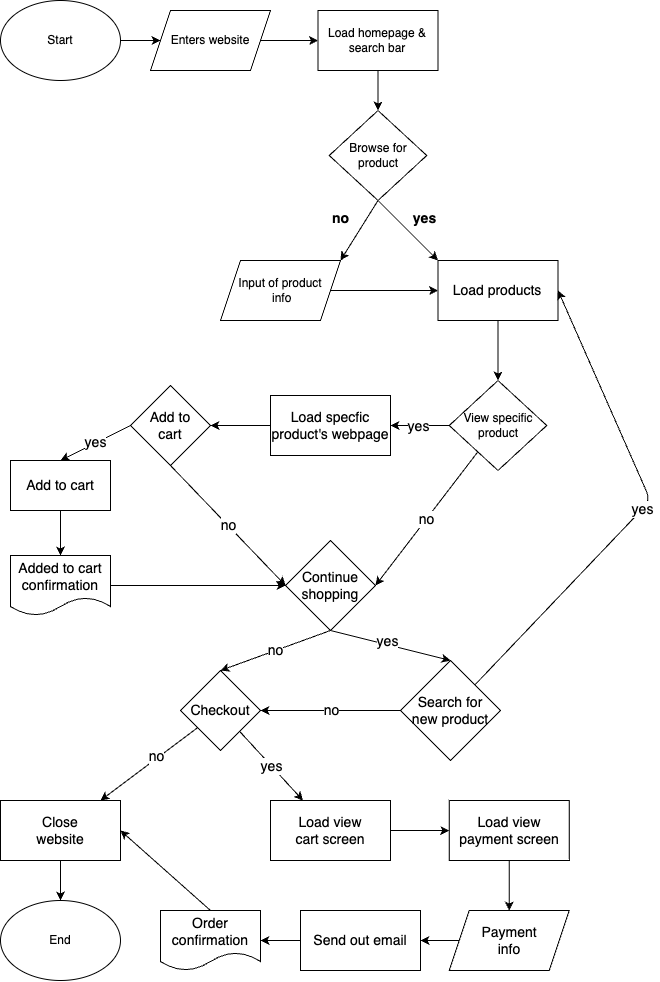
The draw.io diagram explore/diagramming/diagram.drawio.png in nicholas-ngyn/sp24-cse110-lab4, before a commit. Source tidied: cells renumbered, new cells last; positions are measured from the earlier drawing's top-left corner, leaving out a move shared by most shapes. Source of this version:
```xml
<mxGraphModel>
  <root>
    <mxCell id="0" />
    <mxCell id="1" parent="0" />
    <mxCell id="2" style="edgeStyle=none;html=1;" parent="1" edge="1" source="3" target="5">
      <mxGeometry relative="1" as="geometry" />
    </mxCell>
    <mxCell id="3" value="Start" style="ellipse;whiteSpace=wrap;html=1;" parent="1" vertex="1">
      <mxGeometry width="120" height="80" as="geometry" />
    </mxCell>
    <mxCell id="4" style="edgeStyle=none;html=1;" parent="1" edge="1" source="5" target="7">
      <mxGeometry relative="1" as="geometry" />
    </mxCell>
    <mxCell id="5" value="Enters website" style="shape=parallelogram;perimeter=parallelogramPerimeter;whiteSpace=wrap;html=1;fixedSize=1;" parent="1" vertex="1">
      <mxGeometry x="150" y="10" width="120" height="60" as="geometry" />
    </mxCell>
    <mxCell id="6" style="edgeStyle=none;html=1;" parent="1" edge="1" source="7" target="10">
      <mxGeometry relative="1" as="geometry" />
    </mxCell>
    <mxCell id="7" value="Load homepage &amp;amp; search bar" style="rounded=0;whiteSpace=wrap;html=1;" parent="1" vertex="1">
      <mxGeometry x="317.5" y="10" width="120" height="60" as="geometry" />
    </mxCell>
    <mxCell id="8" style="edgeStyle=none;html=1;exitX=0.5;exitY=1;exitDx=0;exitDy=0;entryX=0;entryY=0;entryDx=0;entryDy=0;fontSize=14;" parent="1" edge="1" source="10" target="15">
      <mxGeometry relative="1" as="geometry" />
    </mxCell>
    <mxCell id="9" style="edgeStyle=none;html=1;exitX=0.5;exitY=1;exitDx=0;exitDy=0;entryX=1;entryY=0;entryDx=0;entryDy=0;fontSize=14;" parent="1" edge="1" source="10" target="12">
      <mxGeometry relative="1" as="geometry" />
    </mxCell>
    <mxCell id="10" value="Browse for product" style="rhombus;whiteSpace=wrap;html=1;" parent="1" vertex="1">
      <mxGeometry x="328.8" y="110" width="97.5" height="90" as="geometry" />
    </mxCell>
    <mxCell id="11" style="edgeStyle=none;html=1;fontSize=14;" parent="1" edge="1" source="12" target="15">
      <mxGeometry relative="1" as="geometry" />
    </mxCell>
    <mxCell id="12" value="Input of product&lt;br&gt;&amp;nbsp;info" style="shape=parallelogram;perimeter=parallelogramPerimeter;whiteSpace=wrap;html=1;fixedSize=1;" parent="1" vertex="1">
      <mxGeometry x="220" y="260" width="120" height="60" as="geometry" />
    </mxCell>
    <mxCell id="13" value="&lt;font style=&quot;font-size: 14px;&quot;&gt;no&lt;/font&gt;" style="text;strokeColor=none;fillColor=none;html=1;fontSize=24;fontStyle=1;verticalAlign=middle;align=center;" parent="1" vertex="1">
      <mxGeometry x="310" y="205" width="60" height="20" as="geometry" />
    </mxCell>
    <mxCell id="14" style="edgeStyle=none;html=1;fontSize=14;" parent="1" edge="1" source="15" target="20">
      <mxGeometry relative="1" as="geometry" />
    </mxCell>
    <mxCell id="15" value="Load products" style="rounded=0;whiteSpace=wrap;html=1;fontSize=14;" parent="1" vertex="1">
      <mxGeometry x="437.5" y="260" width="120" height="60" as="geometry" />
    </mxCell>
    <mxCell id="16" value="&lt;font style=&quot;font-size: 14px;&quot;&gt;yes&lt;/font&gt;" style="text;strokeColor=none;fillColor=none;html=1;fontSize=24;fontStyle=1;verticalAlign=middle;align=center;" parent="1" vertex="1">
      <mxGeometry x="400" y="210" width="48.8" height="10" as="geometry" />
    </mxCell>
    <mxCell id="17" style="edgeStyle=none;html=1;fontSize=14;" parent="1" edge="1" source="20" target="22">
      <mxGeometry relative="1" as="geometry" />
    </mxCell>
    <mxCell id="18" value="yes" style="edgeLabel;html=1;align=center;verticalAlign=middle;fontSize=14;" parent="17" vertex="1">
      <mxGeometry x="0.09" relative="1" as="geometry" />
    </mxCell>
    <mxCell id="19" value="no" style="edgeStyle=none;html=1;entryX=1;entryY=0.5;entryDx=0;entryDy=0;fontSize=14;" parent="1" edge="1" source="20" target="26">
      <mxGeometry relative="1" as="geometry" />
    </mxCell>
    <mxCell id="20" value="View specific&lt;br&gt;product" style="rhombus;whiteSpace=wrap;html=1;" parent="1" vertex="1">
      <mxGeometry x="448.8" y="380" width="97.5" height="90" as="geometry" />
    </mxCell>
    <mxCell id="21" style="edgeStyle=none;html=1;fontSize=14;" parent="1" edge="1" source="22" target="29">
      <mxGeometry relative="1" as="geometry" />
    </mxCell>
    <mxCell id="22" value="Load specfic product's webpage" style="rounded=0;whiteSpace=wrap;html=1;fontSize=14;" parent="1" vertex="1">
      <mxGeometry x="270" y="395" width="120" height="60" as="geometry" />
    </mxCell>
    <mxCell id="23" style="edgeStyle=none;html=1;exitX=0.5;exitY=1;exitDx=0;exitDy=0;entryX=0.5;entryY=0;entryDx=0;entryDy=0;fontSize=14;" parent="1" edge="1" source="26" target="36">
      <mxGeometry relative="1" as="geometry" />
    </mxCell>
    <mxCell id="24" value="yes" style="edgeLabel;html=1;align=center;verticalAlign=middle;fontSize=14;" parent="23" vertex="1">
      <mxGeometry x="-0.09" y="3" relative="1" as="geometry">
        <mxPoint x="1" as="offset" />
      </mxGeometry>
    </mxCell>
    <mxCell id="25" value="no" style="edgeStyle=none;html=1;exitX=0.5;exitY=1;exitDx=0;exitDy=0;entryX=0.5;entryY=0;entryDx=0;entryDy=0;fontSize=14;" parent="1" edge="1" source="26" target="40">
      <mxGeometry relative="1" as="geometry" />
    </mxCell>
    <mxCell id="26" value="Continue shopping" style="rhombus;whiteSpace=wrap;html=1;fontSize=14;" parent="1" vertex="1">
      <mxGeometry x="285" y="540" width="90" height="90" as="geometry" />
    </mxCell>
    <mxCell id="27" value="no" style="edgeStyle=none;html=1;exitX=0.5;exitY=1;exitDx=0;exitDy=0;entryX=0;entryY=0.5;entryDx=0;entryDy=0;fontSize=14;" parent="1" edge="1" source="29" target="26">
      <mxGeometry relative="1" as="geometry" />
    </mxCell>
    <mxCell id="28" value="yes" style="edgeStyle=none;html=1;exitX=0;exitY=0.5;exitDx=0;exitDy=0;entryX=0.5;entryY=0;entryDx=0;entryDy=0;fontSize=14;" parent="1" edge="1" source="29" target="33">
      <mxGeometry relative="1" as="geometry" />
    </mxCell>
    <mxCell id="29" value="Add to&lt;br&gt;cart" style="rhombus;whiteSpace=wrap;html=1;fontSize=14;" parent="1" vertex="1">
      <mxGeometry x="130" y="385" width="80" height="80" as="geometry" />
    </mxCell>
    <mxCell id="30" style="edgeStyle=none;html=1;entryX=0;entryY=0.5;entryDx=0;entryDy=0;fontSize=14;" parent="1" edge="1" source="31" target="26">
      <mxGeometry relative="1" as="geometry" />
    </mxCell>
    <mxCell id="31" value="Added to cart&lt;br&gt;confirmation" style="shape=document;whiteSpace=wrap;html=1;boundedLbl=1;fontSize=14;" parent="1" vertex="1">
      <mxGeometry x="10" y="555" width="100" height="60" as="geometry" />
    </mxCell>
    <mxCell id="32" style="edgeStyle=none;html=1;exitX=0.5;exitY=1;exitDx=0;exitDy=0;entryX=0.5;entryY=0;entryDx=0;entryDy=0;fontSize=14;" parent="1" edge="1" source="33" target="31">
      <mxGeometry relative="1" as="geometry" />
    </mxCell>
    <mxCell id="33" value="Add to cart" style="rounded=0;whiteSpace=wrap;html=1;fontSize=14;" parent="1" vertex="1">
      <mxGeometry x="10" y="460" width="100" height="50" as="geometry" />
    </mxCell>
    <mxCell id="34" value="yes" style="edgeStyle=none;html=1;entryX=1;entryY=0.5;entryDx=0;entryDy=0;fontSize=14;" parent="1" edge="1" source="36" target="15">
      <mxGeometry relative="1" as="geometry">
        <Array as="points">
          <mxPoint x="650" y="500" />
        </Array>
      </mxGeometry>
    </mxCell>
    <mxCell id="35" value="no" style="edgeStyle=none;html=1;entryX=1;entryY=0.5;entryDx=0;entryDy=0;fontSize=14;" parent="1" edge="1" source="36" target="40">
      <mxGeometry relative="1" as="geometry" />
    </mxCell>
    <mxCell id="36" value="Search for&lt;br&gt;new product" style="rhombus;whiteSpace=wrap;html=1;fontSize=14;" parent="1" vertex="1">
      <mxGeometry x="400" y="660" width="100" height="100" as="geometry" />
    </mxCell>
    <mxCell id="37" style="edgeStyle=none;html=1;fontSize=14;" parent="1" edge="1" source="40" target="42">
      <mxGeometry relative="1" as="geometry" />
    </mxCell>
    <mxCell id="38" value="no" style="edgeLabel;html=1;align=center;verticalAlign=middle;fontSize=14;" parent="37" vertex="1">
      <mxGeometry x="-0.17" y="-2" relative="1" as="geometry" />
    </mxCell>
    <mxCell id="39" value="yes" style="edgeStyle=none;html=1;fontSize=14;" parent="1" edge="1" source="40" target="44">
      <mxGeometry relative="1" as="geometry" />
    </mxCell>
    <mxCell id="40" value="Checkout" style="rhombus;whiteSpace=wrap;html=1;fontSize=14;" parent="1" vertex="1">
      <mxGeometry x="180" y="670" width="80" height="80" as="geometry" />
    </mxCell>
    <mxCell id="41" style="edgeStyle=none;html=1;fontSize=14;" parent="1" edge="1" source="42" target="45">
      <mxGeometry relative="1" as="geometry" />
    </mxCell>
    <mxCell id="42" value="Close&lt;br&gt;website" style="rounded=0;whiteSpace=wrap;html=1;fontSize=14;" parent="1" vertex="1">
      <mxGeometry y="800" width="120" height="60" as="geometry" />
    </mxCell>
    <mxCell id="43" style="edgeStyle=none;html=1;fontSize=14;" parent="1" edge="1" source="44" target="47">
      <mxGeometry relative="1" as="geometry" />
    </mxCell>
    <mxCell id="44" value="Load view&lt;br&gt;cart screen" style="rounded=0;whiteSpace=wrap;html=1;fontSize=14;" parent="1" vertex="1">
      <mxGeometry x="270" y="800" width="120" height="60" as="geometry" />
    </mxCell>
    <mxCell id="45" value="End" style="ellipse;whiteSpace=wrap;html=1;" parent="1" vertex="1">
      <mxGeometry y="900" width="120" height="80" as="geometry" />
    </mxCell>
    <mxCell id="46" style="edgeStyle=none;html=1;fontSize=14;" parent="1" edge="1" source="47" target="49">
      <mxGeometry relative="1" as="geometry" />
    </mxCell>
    <mxCell id="47" value="Load view&lt;br&gt;payment screen" style="whiteSpace=wrap;html=1;fontSize=14;rounded=0;" parent="1" vertex="1">
      <mxGeometry x="448.8" y="800" width="120" height="60" as="geometry" />
    </mxCell>
    <mxCell id="48" style="edgeStyle=none;html=1;fontSize=14;" parent="1" edge="1" source="49" target="53">
      <mxGeometry relative="1" as="geometry" />
    </mxCell>
    <mxCell id="49" value="Payment&lt;br&gt;info" style="shape=parallelogram;perimeter=parallelogramPerimeter;whiteSpace=wrap;html=1;fixedSize=1;fontSize=14;" parent="1" vertex="1">
      <mxGeometry x="448.8" y="910" width="120" height="60" as="geometry" />
    </mxCell>
    <mxCell id="50" style="edgeStyle=none;html=1;exitX=0.5;exitY=0;exitDx=0;exitDy=0;entryX=1;entryY=0.5;entryDx=0;entryDy=0;fontSize=14;" parent="1" edge="1" source="51" target="42">
      <mxGeometry relative="1" as="geometry" />
    </mxCell>
    <mxCell id="51" value="Order&lt;br&gt;confirmation" style="shape=document;whiteSpace=wrap;html=1;boundedLbl=1;fontSize=14;" parent="1" vertex="1">
      <mxGeometry x="160" y="910" width="100" height="60" as="geometry" />
    </mxCell>
    <mxCell id="52" style="edgeStyle=none;html=1;fontSize=14;" parent="1" edge="1" source="53" target="51">
      <mxGeometry relative="1" as="geometry" />
    </mxCell>
    <mxCell id="53" value="Send out email" style="whiteSpace=wrap;html=1;fontSize=14;" parent="1" vertex="1">
      <mxGeometry x="300" y="910" width="120" height="60" as="geometry" />
    </mxCell>
  </root>
</mxGraphModel>
```
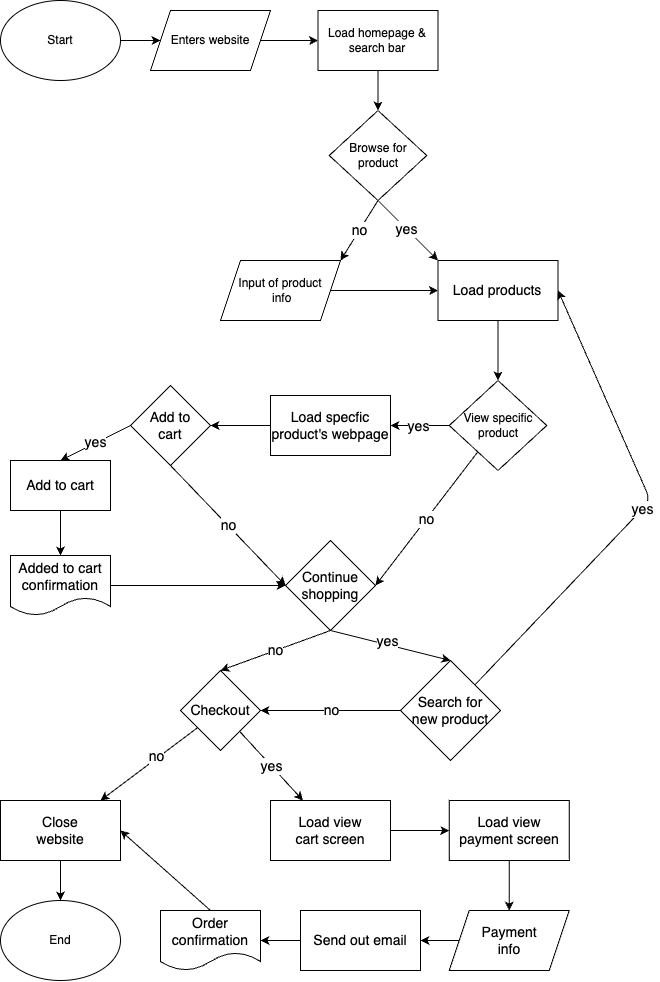
The same diagram one commit later.

The edit, as a diff of the source:
```diff
@@ -23,7 +23,10 @@
     <mxCell id="8" style="edgeStyle=none;html=1;exitX=0.5;exitY=1;exitDx=0;exitDy=0;entryX=0;entryY=0;entryDx=0;entryDy=0;fontSize=14;" parent="1" edge="1" source="10" target="15">
       <mxGeometry relative="1" as="geometry" />
     </mxCell>
+    <mxCell id="16" value="yes" style="edgeLabel;html=1;align=center;verticalAlign=middle;fontSize=14;" parent="8" vertex="1">
+      <mxGeometry x="-0.06" relative="1" as="geometry" />
+    </mxCell>
-    <mxCell id="9" style="edgeStyle=none;html=1;exitX=0.5;exitY=1;exitDx=0;exitDy=0;entryX=1;entryY=0;entryDx=0;entryDy=0;fontSize=14;" parent="1" edge="1" source="10" target="12">
+    <mxCell id="9" value="no" style="edgeStyle=none;html=1;exitX=0.5;exitY=1;exitDx=0;exitDy=0;entryX=1;entryY=0;entryDx=0;entryDy=0;fontSize=14;" parent="1" edge="1" source="10" target="12">
       <mxGeometry relative="1" as="geometry" />
     </mxCell>
     <mxCell id="10" value="Browse for product" style="rhombus;whiteSpace=wrap;html=1;" parent="1" vertex="1">
@@ -35,18 +38,12 @@
     <mxCell id="12" value="Input of product&lt;br&gt;&amp;nbsp;info" style="shape=parallelogram;perimeter=parallelogramPerimeter;whiteSpace=wrap;html=1;fixedSize=1;" parent="1" vertex="1">
       <mxGeometry x="220" y="260" width="120" height="60" as="geometry" />
     </mxCell>
-    <mxCell id="13" value="&lt;font style=&quot;font-size: 14px;&quot;&gt;no&lt;/font&gt;" style="text;strokeColor=none;fillColor=none;html=1;fontSize=24;fontStyle=1;verticalAlign=middle;align=center;" parent="1" vertex="1">
-      <mxGeometry x="310" y="205" width="60" height="20" as="geometry" />
-    </mxCell>
     <mxCell id="14" style="edgeStyle=none;html=1;fontSize=14;" parent="1" edge="1" source="15" target="20">
       <mxGeometry relative="1" as="geometry" />
     </mxCell>
     <mxCell id="15" value="Load products" style="rounded=0;whiteSpace=wrap;html=1;fontSize=14;" parent="1" vertex="1">
       <mxGeometry x="437.5" y="260" width="120" height="60" as="geometry" />
     </mxCell>
-    <mxCell id="16" value="&lt;font style=&quot;font-size: 14px;&quot;&gt;yes&lt;/font&gt;" style="text;strokeColor=none;fillColor=none;html=1;fontSize=24;fontStyle=1;verticalAlign=middle;align=center;" parent="1" vertex="1">
-      <mxGeometry x="400" y="210" width="48.8" height="10" as="geometry" />
-    </mxCell>
     <mxCell id="17" style="edgeStyle=none;html=1;fontSize=14;" parent="1" edge="1" source="20" target="22">
       <mxGeometry relative="1" as="geometry" />
     </mxCell>
```
